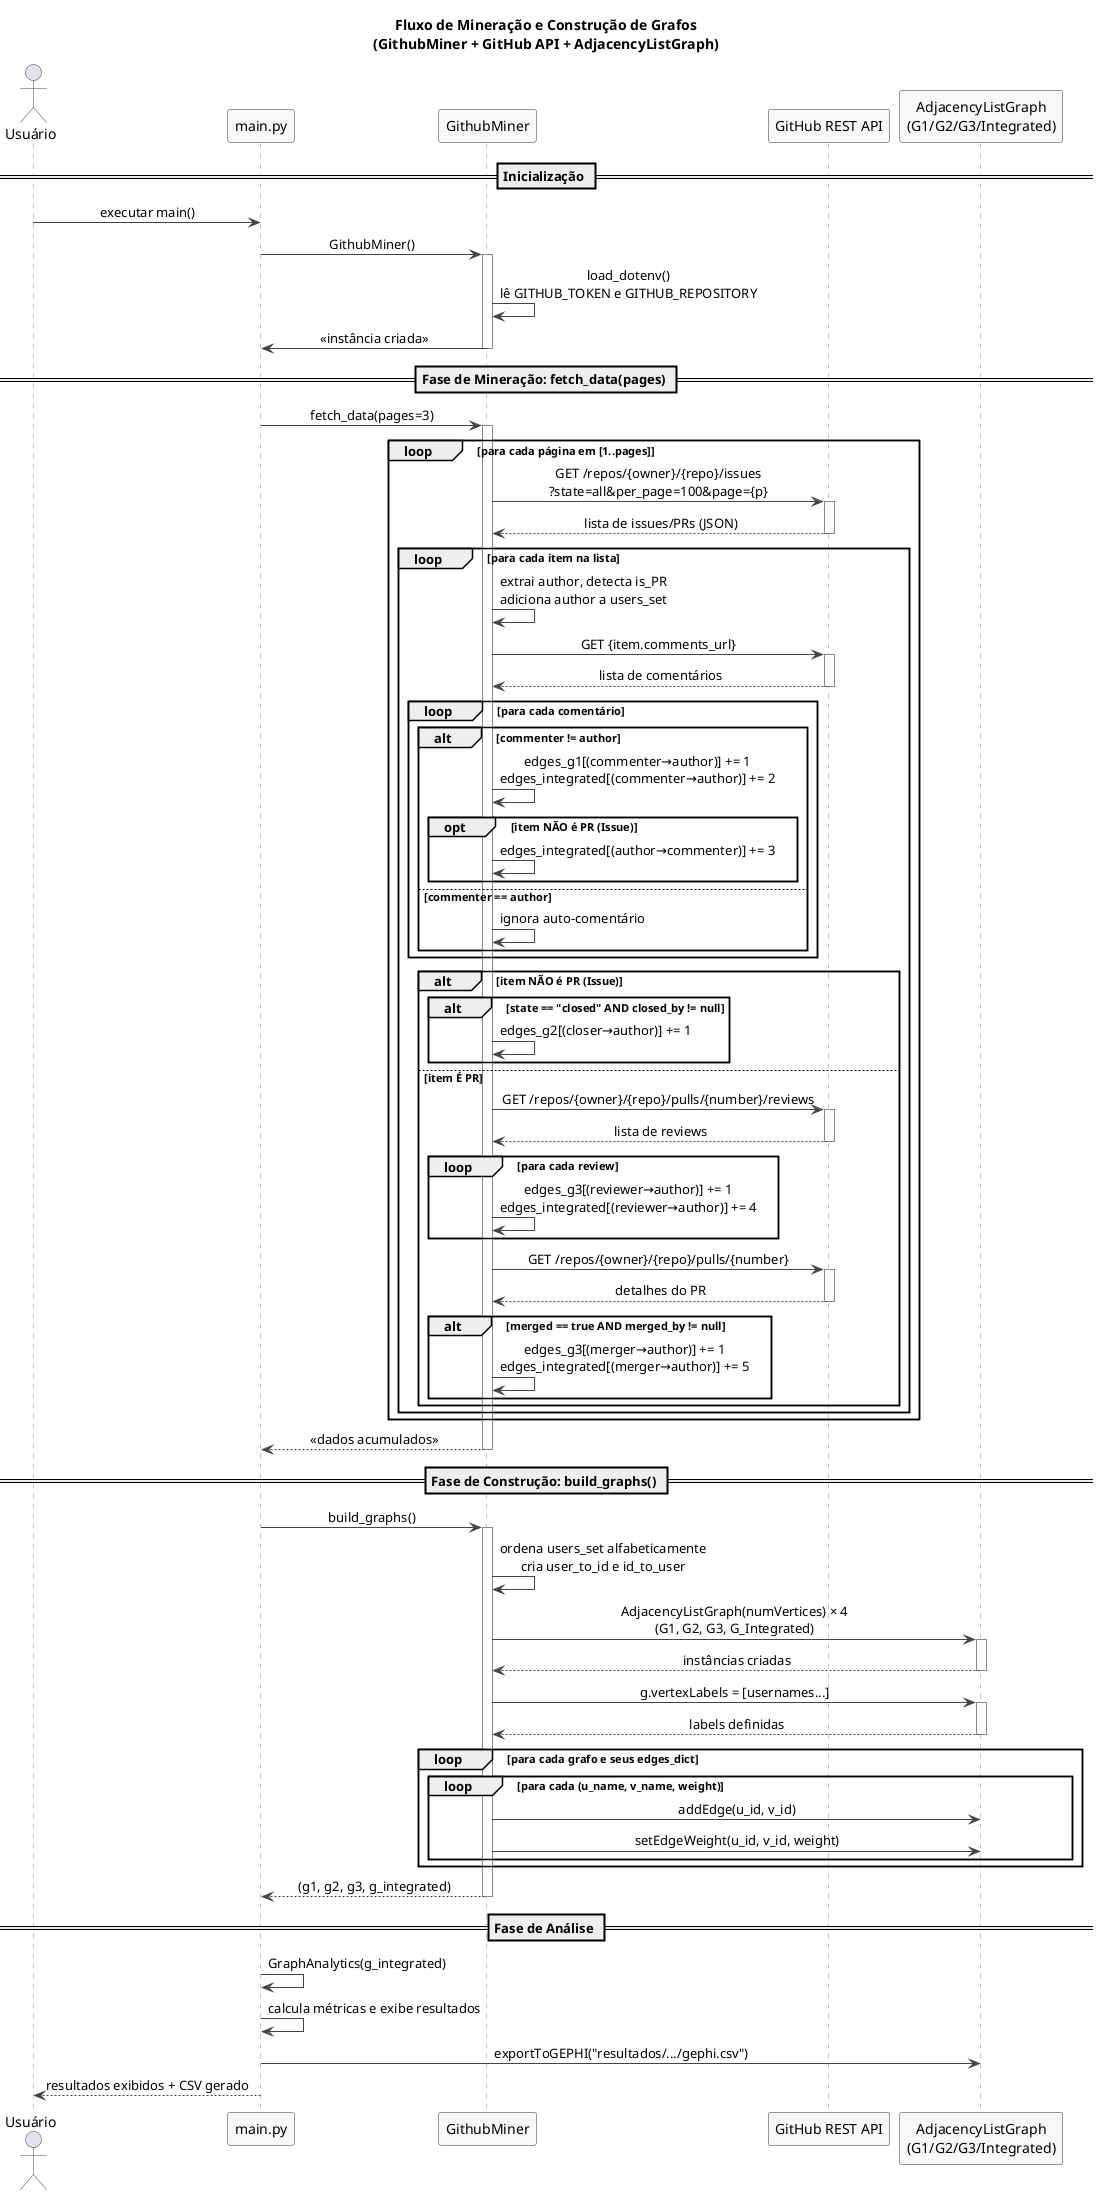
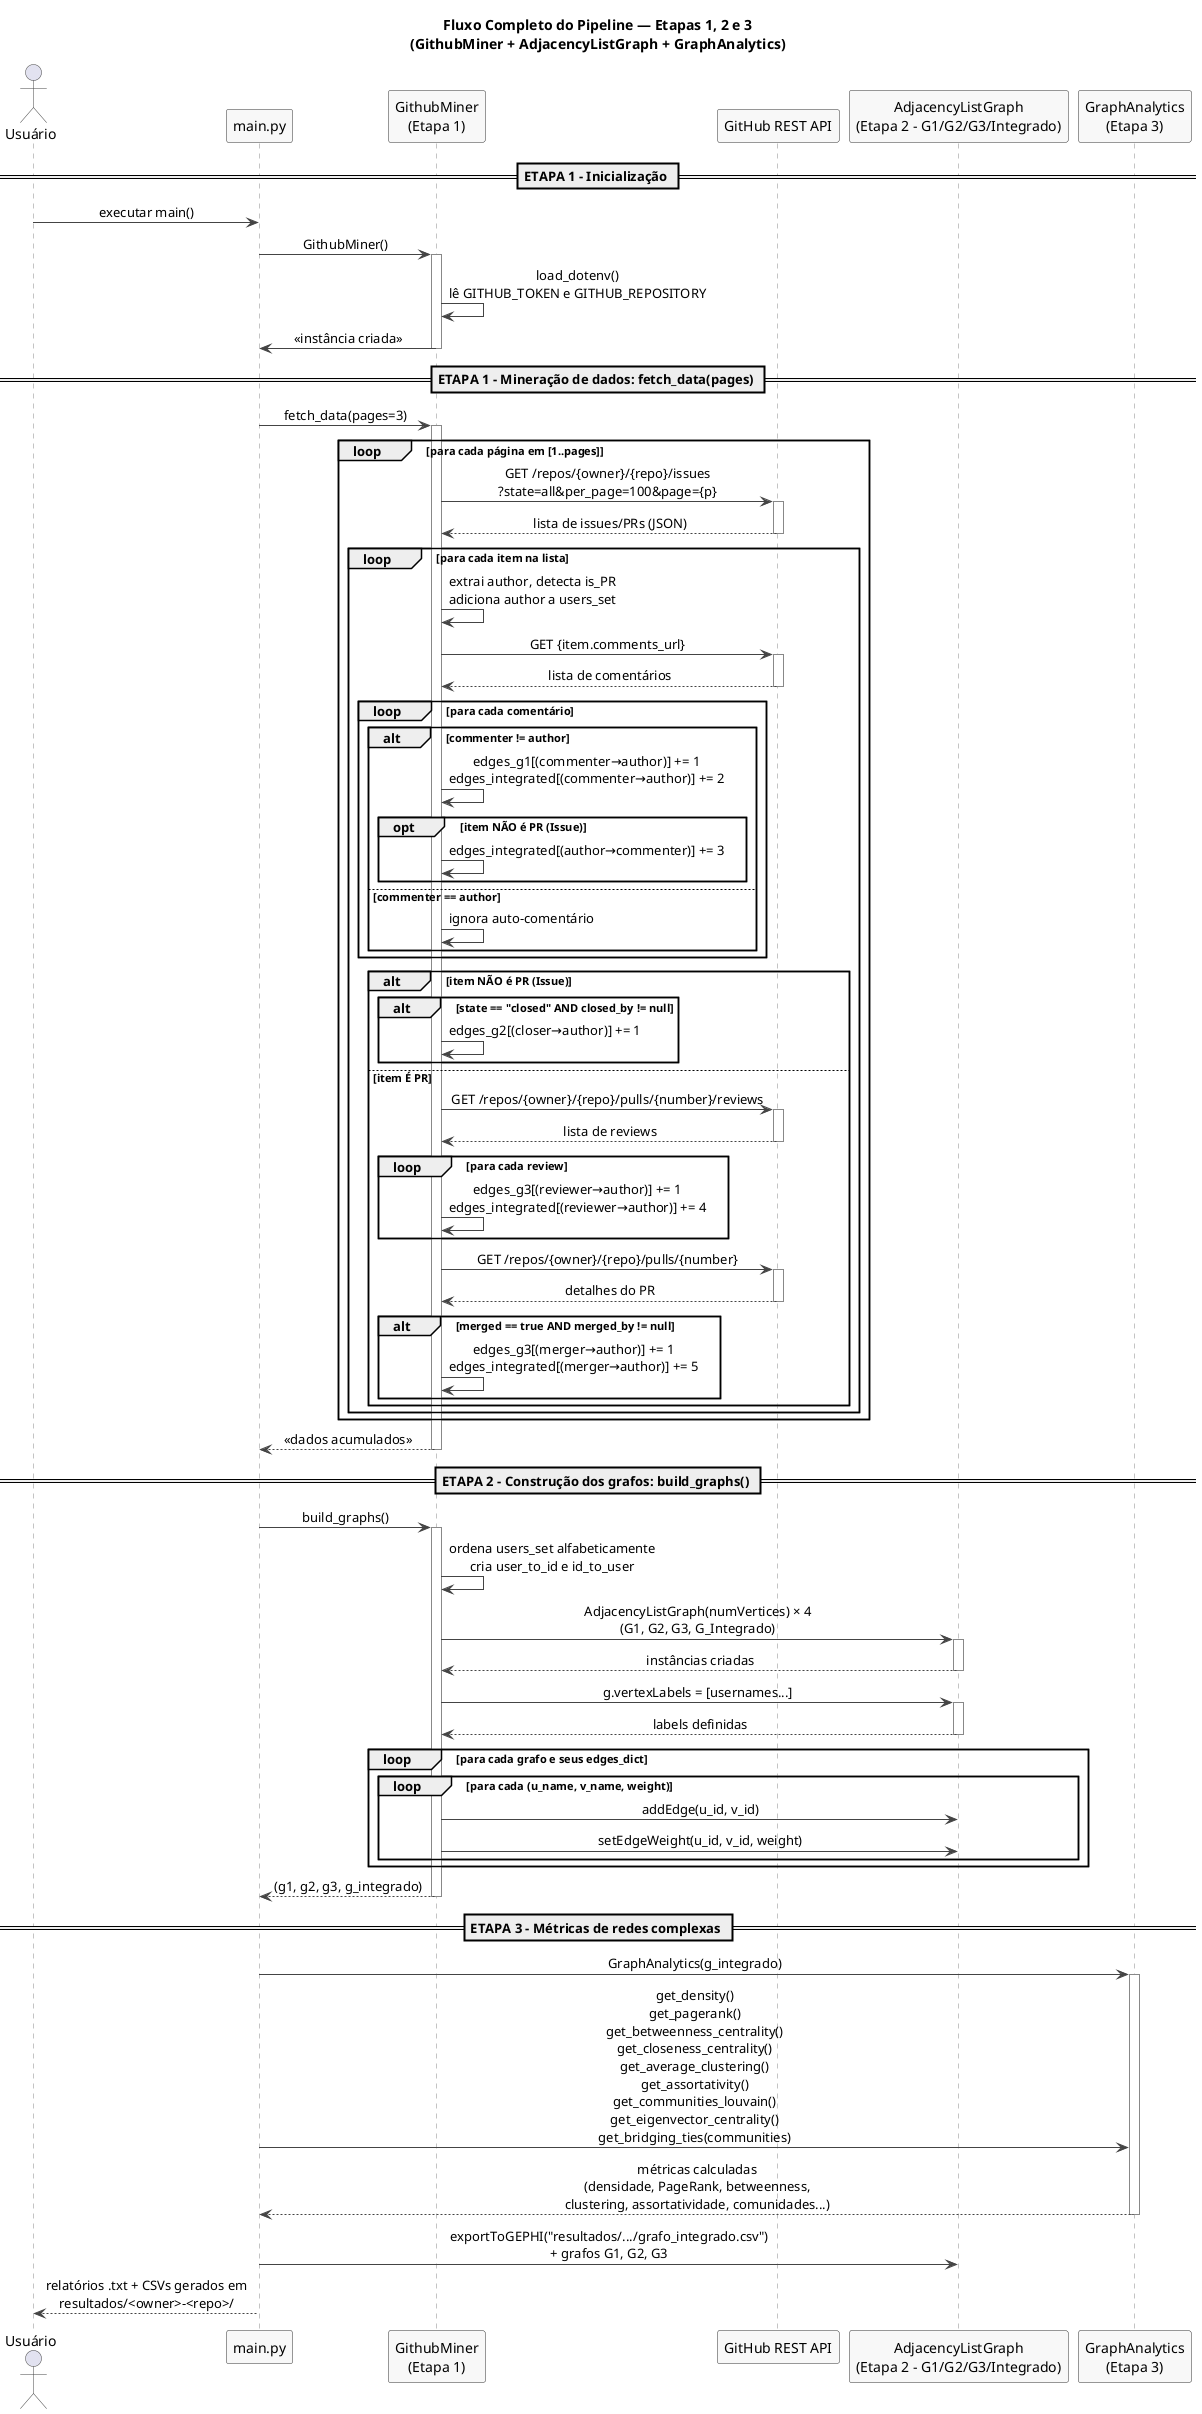
@startuml diagrama_sequencia_mineracao

skinparam sequenceMessageAlign center
skinparam responseMessageBelowArrow true
skinparam backgroundColor white
skinparam sequence {
    ArrowColor #444444
    ActorBorderColor #444444
    LifeLineBorderColor #888888
    ParticipantBackgroundColor #F8F8F8
    ParticipantBorderColor #333333
}

- title Fluxo de Mineração e Construção de Grafos\n(GithubMiner + GitHub API + AdjacencyListGraph)
+ title Fluxo Completo do Pipeline — Etapas 1, 2 e 3\n(GithubMiner + AdjacencyListGraph + GraphAnalytics)

actor       "Usuário"          as User
participant "main.py"          as Main
- participant "GithubMiner"      as Miner
+ participant "GithubMiner\n(Etapa 1)" as Miner
participant "GitHub REST API"  as API
- participant "AdjacencyListGraph\n(G1/G2/G3/Integrated)" as Graph
+ participant "AdjacencyListGraph\n(Etapa 2 - G1/G2/G3/Integrado)" as Graph
+ participant "GraphAnalytics\n(Etapa 3)" as Analytics

- == Inicialização ==
+ == ETAPA 1 - Inicialização ==

User  -> Main   : executar main()
Main  -> Miner  : GithubMiner()
activate Miner
Miner -> Miner  : load_dotenv()\nlê GITHUB_TOKEN e GITHUB_REPOSITORY
Miner -> Main   : <<instância criada>>
deactivate Miner

- == Fase de Mineração: fetch_data(pages) ==
+ == ETAPA 1 - Mineração de dados: fetch_data(pages) ==

Main  -> Miner  : fetch_data(pages=3)
activate Miner

loop para cada página em [1..pages]

    Miner -> API  : GET /repos/{owner}/{repo}/issues\n?state=all&per_page=100&page={p}
    activate API
    API  --> Miner : lista de issues/PRs (JSON)
    deactivate API

    loop para cada item na lista

        Miner -> Miner : extrai author, detecta is_PR\nadiciona author a users_set

        ' ── Comentários (sempre processados) ──
        Miner -> API  : GET {item.comments_url}
        activate API
        API  --> Miner : lista de comentários
        deactivate API

        loop para cada comentário
            alt commenter != author
                Miner -> Miner : edges_g1[(commenter→author)] += 1\nedges_integrated[(commenter→author)] += 2
                opt item NÃO é PR (Issue)
                    Miner -> Miner : edges_integrated[(author→commenter)] += 3
                end
            else commenter == author
                Miner -> Miner : ignora auto-comentário
            end
        end

        alt item NÃO é PR (Issue)

            alt state == "closed" AND closed_by != null
                Miner -> Miner : edges_g2[(closer→author)] += 1
            end

        else item É PR

            Miner -> API  : GET /repos/{owner}/{repo}/pulls/{number}/reviews
            activate API
            API  --> Miner : lista de reviews
            deactivate API

            loop para cada review
                Miner -> Miner : edges_g3[(reviewer→author)] += 1\nedges_integrated[(reviewer→author)] += 4
            end

            Miner -> API  : GET /repos/{owner}/{repo}/pulls/{number}
            activate API
            API  --> Miner : detalhes do PR
            deactivate API

            alt merged == true AND merged_by != null
                Miner -> Miner : edges_g3[(merger→author)] += 1\nedges_integrated[(merger→author)] += 5
            end

        end

    end

end

Miner --> Main : <<dados acumulados>>
deactivate Miner

- == Fase de Construção: build_graphs() ==
+ == ETAPA 2 - Construção dos grafos: build_graphs() ==

Main  -> Miner  : build_graphs()
activate Miner

Miner -> Miner  : ordena users_set alfabeticamente\ncria user_to_id e id_to_user

- Miner -> Graph  : AdjacencyListGraph(numVertices) × 4\n(G1, G2, G3, G_Integrated)
+ Miner -> Graph  : AdjacencyListGraph(numVertices) × 4\n(G1, G2, G3, G_Integrado)
activate Graph
Graph --> Miner : instâncias criadas
deactivate Graph

Miner -> Graph  : g.vertexLabels = [usernames...]
activate Graph
Graph --> Miner : labels definidas
deactivate Graph

loop para cada grafo e seus edges_dict
    loop para cada (u_name, v_name, weight)
        Miner -> Graph  : addEdge(u_id, v_id)
        Miner -> Graph  : setEdgeWeight(u_id, v_id, weight)
    end
end

- Miner --> Main  : (g1, g2, g3, g_integrated)
+ Miner --> Main  : (g1, g2, g3, g_integrado)
deactivate Miner

- == Fase de Análise ==
+ == ETAPA 3 - Métricas de redes complexas ==

- Main -> Main : GraphAnalytics(g_integrated)
- Main -> Main : calcula métricas e exibe resultados
- Main -> Graph : exportToGEPHI("resultados/.../gephi.csv")
+ Main -> Analytics : GraphAnalytics(g_integrado)
+ activate Analytics

- Main --> User : resultados exibidos + CSV gerado
+ Main -> Analytics : get_density()\nget_pagerank()\nget_betweenness_centrality()\nget_closeness_centrality()\nget_average_clustering()\nget_assortativity()\nget_communities_louvain()\nget_eigenvector_centrality()\nget_bridging_ties(communities)
+ Analytics --> Main : métricas calculadas\n(densidade, PageRank, betweenness,\nclustering, assortatividade, comunidades...)

- @enduml
+ deactivate Analytics
+ 
+ Main -> Graph : exportToGEPHI("resultados/.../grafo_integrado.csv")\n+ grafos G1, G2, G3
+ 
+ Main --> User : relatórios .txt + CSVs gerados em\nresultados/<owner>-<repo>/
+ 
+ @enduml